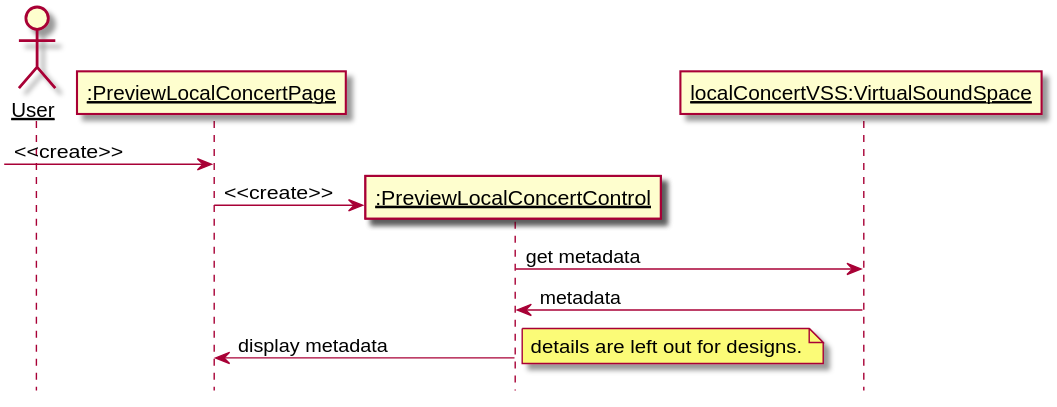
Earlier version of the PlantUML export 设计/Diagrams/PreviewLocalConcertVSS.svg (kpp19920121/doc).
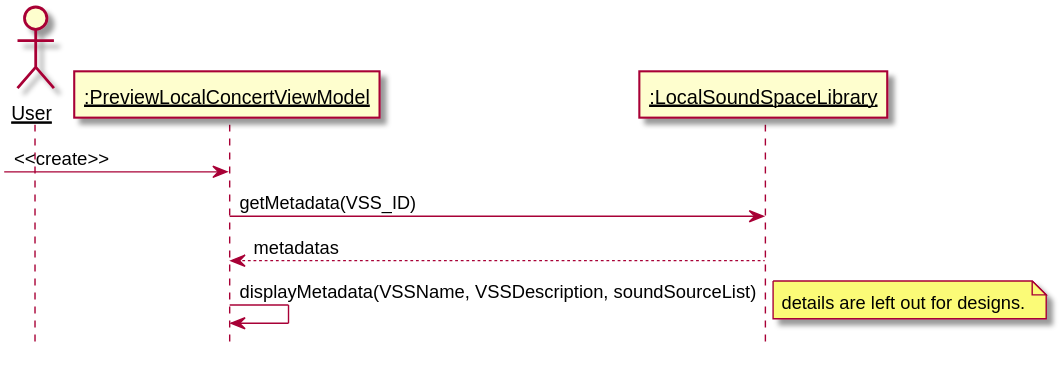
After the commit.

The edit, as a diff of the source:
```diff
@@ -2,17 +2,14 @@
 hide footbox
 skinparam sequenceParticipant underline
 actor User as user
+participant ":PreviewLocalConcertViewModel" as viewModel
+participant ":LocalSoundSpaceLibrary" as library
+create viewModel
+[-> viewModel: <<create>>
+viewModel -> library: getMetadata(VSS_ID)
+library --> viewModel: metadatas
+viewModel -> viewModel: displayMetadata(VSSName, VSSDescription, soundSourceList)
 
-participant ":PreviewLocalConcertPage" as page
-participant ":PreviewLocalConcertControl" as control
-participant "localConcertVSS:VirtualSoundSpace" as vss
-create page
-[-> page: <<create>>
-create control
-page -> control: <<create>>
-control -> vss: get metadata
-vss -> control: metadata
-control -> page: display metadata
 note right
 details are left out for designs.
 end note
```
